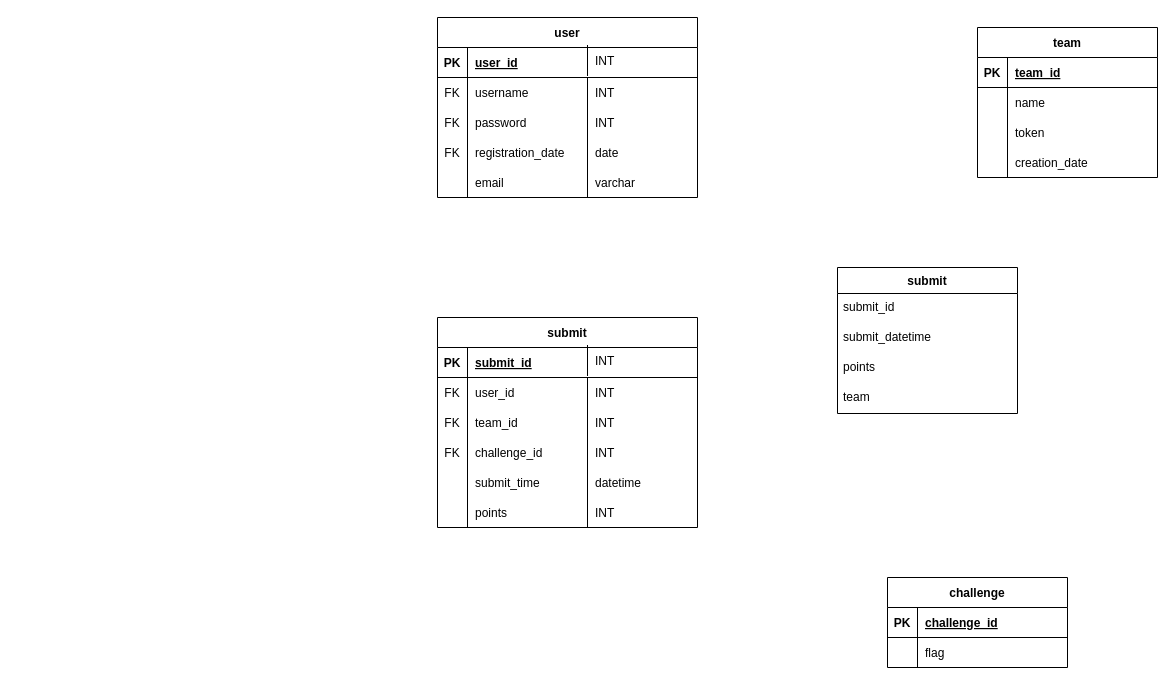
This is db/design/schema_diagram.drawio from FeeeDz/H4ckUs4t1_CTF, a draw.io file, before an edit. Source tidied: cells renumbered, new cells numbered last; positions are measured from the earlier drawing's top-left corner, leaving out a move shared by most shapes. Both pictures are drawn from the tidied source at 100%, with x=0, y=0 at pixel (437, 17).
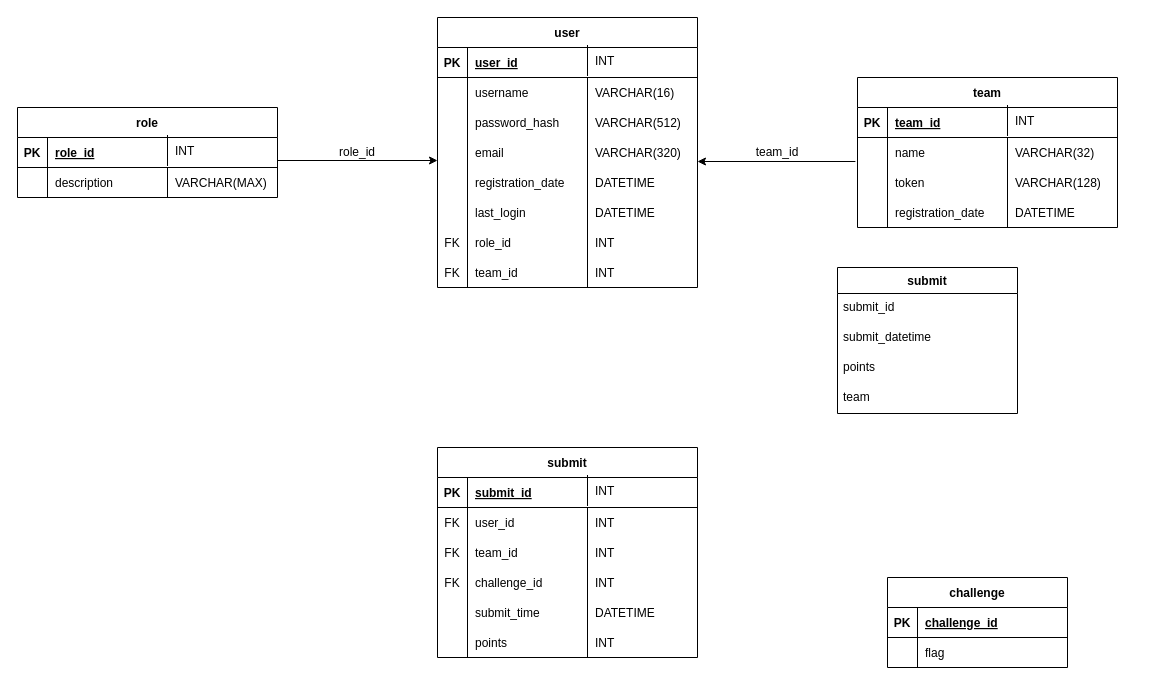
After the change.

The change refers to these unchanged cells:
```xml
<mxCell id="64" style="shape=partialRectangle;fillColor=none;top=0;left=0;right=0;bottom=0;" parent="60" vertex="1">
  <mxGeometry y="60" width="260" height="30" as="geometry" />
</mxCell>
<mxCell id="76" style="group;" parent="75" vertex="1">
  <mxGeometry width="130" height="30" as="geometry" />
</mxCell>
```

What changed in the source:
```diff
@@
-    <mxCell id="2" style="group;" parent="1" vertex="1">
-      <mxGeometry x="540" y="10" width="180" height="150" as="geometry" />
-    </mxCell>
-    <mxCell id="3" value="team" style="shape=table;startSize=30;childLayout=tableLayout;rowLines=0;fontStyle=1;align=center;" parent="2" vertex="1">
-      <mxGeometry width="180" height="150" as="geometry" />
-    </mxCell>
-    <mxCell id="4" style="shape=partialRectangle;fillColor=none;top=0;left=0;right=0;bottom=1;" parent="3" vertex="1">
-      <mxGeometry y="30" width="180" height="30" as="geometry" />
-    </mxCell>
-    <mxCell id="5" value="PK" style="shape=partialRectangle;overflow=hidden;fillColor=none;top=0;left=0;bottom=0;right=0;fontStyle=1;" parent="4" vertex="1">
-      <mxGeometry width="30" height="30" as="geometry" />
-    </mxCell>
-    <mxCell id="6" value="team_id" style="shape=partialRectangle;overflow=hidden;fillColor=none;top=0;left=0;bottom=0;right=0;align=left;spacingLeft=6;fontStyle=5;" parent="4" vertex="1">
-      <mxGeometry x="30" width="150" height="30" as="geometry" />
-    </mxCell>
-    <mxCell id="7" style="shape=partialRectangle;fillColor=none;top=0;left=0;right=0;bottom=0;" parent="3" vertex="1">
-      <mxGeometry y="60" width="180" height="30" as="geometry" />
-    </mxCell>
-    <mxCell id="8" style="shape=partialRectangle;overflow=hidden;fillColor=none;top=0;left=0;bottom=0;right=1;" parent="7" vertex="1">
-      <mxGeometry width="30" height="30" as="geometry" />
-    </mxCell>
-    <mxCell id="9" value="name" style="shape=partialRectangle;overflow=hidden;fillColor=none;top=0;left=0;bottom=0;right=0;align=left;spacingLeft=6;" parent="7" vertex="1">
-      <mxGeometry x="30" width="150" height="30" as="geometry" />
-    </mxCell>
-    <mxCell id="10" style="group;" parent="2" vertex="1">
-      <mxGeometry y="120" width="180" height="30" as="geometry" />
-    </mxCell>
-    <mxCell id="11" style="shape=partialRectangle;fillColor=none;top=0;left=0;right=0;bottom=0;" parent="10" vertex="1">
-      <mxGeometry width="180" height="30" as="geometry" />
-    </mxCell>
-    <mxCell id="12" style="shape=partialRectangle;overflow=hidden;fillColor=none;top=0;left=0;bottom=0;right=1;" parent="10" vertex="1">
-      <mxGeometry width="30" height="30" as="geometry" />
-    </mxCell>
-    <mxCell id="13" value="creation_date" style="shape=partialRectangle;overflow=hidden;fillColor=none;top=0;left=0;bottom=0;right=0;align=left;spacingLeft=6;" parent="10" vertex="1">
-      <mxGeometry x="30" width="150" height="30" as="geometry" />
-    </mxCell>
-    <mxCell id="14" style="group;" parent="2" vertex="1">
-      <mxGeometry y="90" width="180" height="30" as="geometry" />
-    </mxCell>
-    <mxCell id="15" style="shape=partialRectangle;fillColor=none;top=0;left=0;right=0;bottom=0;" parent="14" vertex="1">
-      <mxGeometry width="180" height="30" as="geometry" />
-    </mxCell>
-    <mxCell id="16" style="shape=partialRectangle;overflow=hidden;fillColor=none;top=0;left=0;bottom=0;right=1;" parent="14" vertex="1">
-      <mxGeometry width="30" height="30" as="geometry" />
-    </mxCell>
-    <mxCell id="17" value="token" style="shape=partialRectangle;overflow=hidden;fillColor=none;top=0;left=0;bottom=0;right=0;align=left;spacingLeft=6;" parent="14" vertex="1">
-      <mxGeometry x="30" width="150" height="30" as="geometry" />
-    </mxCell>
@@
     <mxCell id="25" style="shape=partialRectangle;fillColor=none;top=0;left=0;right=0;bottom=0;" parent="1" vertex="1">
-      <mxGeometry x="20" y="375" width="170" height="30" as="geometry" />
+      <mxGeometry x="20" y="505" width="170" height="30" as="geometry" />
     </mxCell>
@@
     <mxCell id="31" value="submit" style="shape=table;startSize=30;childLayout=tableLayout;rowLines=0;fontStyle=1;align=center;" parent="1" vertex="1">
-      <mxGeometry y="300" width="260" height="210" as="geometry" />
+      <mxGeometry y="430" width="260" height="210" as="geometry" />
     </mxCell>
@@
     <mxCell id="38" style="group;" parent="1" vertex="1">
-      <mxGeometry y="480" width="130" height="30" as="geometry" />
+      <mxGeometry y="610" width="130" height="30" as="geometry" />
     </mxCell>
@@
     <mxCell id="41" style="shape=partialRectangle;fillColor=none;top=0;left=0;right=0;bottom=0;" parent="1" vertex="1">
-      <mxGeometry y="390" width="130" height="30" as="geometry" />
+      <mxGeometry y="520" width="130" height="30" as="geometry" />
     </mxCell>
     <mxCell id="42" style="shape=partialRectangle;fillColor=none;top=0;left=0;right=0;bottom=0;" parent="1" vertex="1">
-      <mxGeometry y="420" width="130" height="30" as="geometry" />
+      <mxGeometry y="550" width="130" height="30" as="geometry" />
     </mxCell>
     <mxCell id="43" value="INT" style="shape=partialRectangle;overflow=hidden;fillColor=none;top=0;left=1;bottom=0;right=0;align=left;spacingLeft=6;" parent="1" vertex="1">
-      <mxGeometry x="150" y="480" width="80" height="30" as="geometry" />
+      <mxGeometry x="150" y="610" width="80" height="30" as="geometry" />
     </mxCell>
     <mxCell id="44" value="INT" style="shape=partialRectangle;overflow=hidden;fillColor=none;top=0;left=1;bottom=0;right=0;align=left;spacingLeft=6;" parent="1" vertex="1">
-      <mxGeometry x="150" y="360" width="80" height="30" as="geometry" />
+      <mxGeometry x="150" y="490" width="80" height="30" as="geometry" />
     </mxCell>
     <mxCell id="45" value="INT" style="shape=partialRectangle;overflow=hidden;fillColor=none;top=0;left=1;bottom=0;right=0;align=left;spacingLeft=6;" parent="1" vertex="1">
-      <mxGeometry x="150" y="328" width="80" height="30" as="geometry" />
+      <mxGeometry x="150" y="458" width="80" height="30" as="geometry" />
     </mxCell>
     <mxCell id="46" style="group;" parent="1" vertex="1">
-      <mxGeometry y="450" width="210" height="30" as="geometry" />
+      <mxGeometry y="580" width="270" height="30" as="geometry" />
     </mxCell>
@@
-    <mxCell id="49" value="datetime" style="shape=partialRectangle;overflow=hidden;fillColor=none;top=0;left=1;bottom=0;right=0;align=left;spacingLeft=6;" parent="46" vertex="1">
-      <mxGeometry x="150" width="80" height="30" as="geometry" />
+    <mxCell id="49" value="DATETIME" style="shape=partialRectangle;overflow=hidden;fillColor=none;top=0;left=1;bottom=0;right=0;align=left;spacingLeft=6;" parent="46" vertex="1">
+      <mxGeometry x="150" width="110" height="30" as="geometry" />
     </mxCell>
     <mxCell id="50" style="group;" parent="1" vertex="1">
-      <mxGeometry y="390" width="210" height="30" as="geometry" />
+      <mxGeometry y="520" width="210" height="30" as="geometry" />
     </mxCell>
@@
     <mxCell id="55" style="group;" parent="1" vertex="1">
-      <mxGeometry y="420" width="210" height="30" as="geometry" />
+      <mxGeometry y="550" width="210" height="30" as="geometry" />
     </mxCell>
@@
     <mxCell id="60" value="user" style="shape=table;startSize=30;childLayout=tableLayout;rowLines=0;fontStyle=1;align=center;" parent="1" vertex="1">
-      <mxGeometry width="260" height="180" as="geometry" />
+      <mxGeometry width="260" height="270" as="geometry" />
     </mxCell>
@@
-    <mxCell id="65" value="FK" style="shape=partialRectangle;overflow=hidden;fillColor=none;top=0;left=0;bottom=0;right=1;" parent="64" vertex="1">
+    <mxCell id="65" style="shape=partialRectangle;overflow=hidden;fillColor=none;top=0;left=0;bottom=0;right=1;" parent="64" vertex="1">
       <mxGeometry width="30" height="30" as="geometry" />
     </mxCell>
@@
-    <mxCell id="69" value="INT" style="shape=partialRectangle;overflow=hidden;fillColor=none;top=0;left=1;bottom=0;right=0;align=left;spacingLeft=6;" parent="1" vertex="1">
-      <mxGeometry x="150" y="60" width="80" height="30" as="geometry" />
+    <mxCell id="69" value="VARCHAR(16)" style="shape=partialRectangle;overflow=hidden;fillColor=none;top=0;left=1;bottom=0;right=0;align=left;spacingLeft=6;" parent="1" vertex="1">
+      <mxGeometry x="150" y="60" width="120" height="30" as="geometry" />
     </mxCell>
@@
     <mxCell id="71" style="group;" parent="1" vertex="1">
-      <mxGeometry y="150" width="210" height="30" as="geometry" />
+      <mxGeometry y="120" width="270" height="30" as="geometry" />
     </mxCell>
@@
-    <mxCell id="74" value="varchar" style="shape=partialRectangle;overflow=hidden;fillColor=none;top=0;left=1;bottom=0;right=0;align=left;spacingLeft=6;" parent="71" vertex="1">
-      <mxGeometry x="150" width="80" height="30" as="geometry" />
+    <mxCell id="74" value="VARCHAR(320)" style="shape=partialRectangle;overflow=hidden;fillColor=none;top=0;left=1;bottom=0;right=0;align=left;spacingLeft=6;" parent="71" vertex="1">
+      <mxGeometry x="150" width="120" height="30" as="geometry" />
     </mxCell>
     <mxCell id="75" style="group;" parent="1" vertex="1">
-      <mxGeometry y="90" width="210" height="30" as="geometry" />
+      <mxGeometry y="90" width="270" height="30" as="geometry" />
     </mxCell>
@@
-    <mxCell id="77" value="FK" style="shape=partialRectangle;overflow=hidden;fillColor=none;top=0;left=0;bottom=0;right=1;" parent="76" vertex="1">
+    <mxCell id="77" style="shape=partialRectangle;overflow=hidden;fillColor=none;top=0;left=0;bottom=0;right=1;" parent="76" vertex="1">
       <mxGeometry width="30" height="30" as="geometry" />
     </mxCell>
-    <mxCell id="78" value="password" style="shape=partialRectangle;overflow=hidden;fillColor=none;top=0;left=0;bottom=0;right=0;align=left;spacingLeft=6;" parent="76" vertex="1">
+    <mxCell id="78" value="password_hash" style="shape=partialRectangle;overflow=hidden;fillColor=none;top=0;left=0;bottom=0;right=0;align=left;spacingLeft=6;" parent="76" vertex="1">
       <mxGeometry x="30" width="100" height="30" as="geometry" />
     </mxCell>
-    <mxCell id="79" value="INT" style="shape=partialRectangle;overflow=hidden;fillColor=none;top=0;left=1;bottom=0;right=0;align=left;spacingLeft=6;" parent="75" vertex="1">
-      <mxGeometry x="150" width="80" height="30" as="geometry" />
+    <mxCell id="79" value="VARCHAR(512)" style="shape=partialRectangle;overflow=hidden;fillColor=none;top=0;left=1;bottom=0;right=0;align=left;spacingLeft=6;" parent="75" vertex="1">
+      <mxGeometry x="150" width="120" height="30" as="geometry" />
     </mxCell>
     <mxCell id="80" style="group;" parent="1" vertex="1">
-      <mxGeometry y="120" width="210" height="30" as="geometry" />
+      <mxGeometry y="150" width="270" height="30" as="geometry" />
     </mxCell>
-    <mxCell id="81" value="FK" style="shape=partialRectangle;overflow=hidden;fillColor=none;top=0;left=0;bottom=0;right=1;" parent="80" vertex="1">
+    <mxCell id="81" style="shape=partialRectangle;overflow=hidden;fillColor=none;top=0;left=0;bottom=0;right=1;" parent="80" vertex="1">
       <mxGeometry width="30" height="30" as="geometry" />
     </mxCell>
@@
-    <mxCell id="83" value="date" style="shape=partialRectangle;overflow=hidden;fillColor=none;top=0;left=1;bottom=0;right=0;align=left;spacingLeft=6;" parent="80" vertex="1">
-      <mxGeometry x="150" width="80" height="30" as="geometry" />
+    <mxCell id="83" value="DATETIME" style="shape=partialRectangle;overflow=hidden;fillColor=none;top=0;left=1;bottom=0;right=0;align=left;spacingLeft=6;" parent="80" vertex="1">
+      <mxGeometry x="150" width="120" height="30" as="geometry" />
     </mxCell>
+    <mxCell id="84" style="group;" parent="1" vertex="1">
+      <mxGeometry y="180" width="260" height="30" as="geometry" />
+    </mxCell>
+    <mxCell id="85" style="shape=partialRectangle;overflow=hidden;fillColor=none;top=0;left=0;bottom=0;right=1;" parent="84" vertex="1">
+      <mxGeometry width="30" height="30" as="geometry" />
+    </mxCell>
+    <mxCell id="86" value="last_login" style="shape=partialRectangle;overflow=hidden;fillColor=none;top=0;left=0;bottom=0;right=0;align=left;spacingLeft=6;" parent="84" vertex="1">
+      <mxGeometry x="30" width="100" height="30" as="geometry" />
+    </mxCell>
+    <mxCell id="87" value="DATETIME" style="shape=partialRectangle;overflow=hidden;fillColor=none;top=0;left=1;bottom=0;right=0;align=left;spacingLeft=6;" parent="84" vertex="1">
+      <mxGeometry x="150" width="110" height="30" as="geometry" />
+    </mxCell>
+    <mxCell id="88" style="group;" parent="1" vertex="1">
+      <mxGeometry y="210" width="260" height="30" as="geometry" />
+    </mxCell>
+    <mxCell id="89" value="FK" style="shape=partialRectangle;overflow=hidden;fillColor=none;top=0;left=0;bottom=0;right=1;" parent="88" vertex="1">
+      <mxGeometry width="30" height="30" as="geometry" />
+    </mxCell>
+    <mxCell id="90" value="role_id" style="shape=partialRectangle;overflow=hidden;fillColor=none;top=0;left=0;bottom=0;right=0;align=left;spacingLeft=6;" parent="88" vertex="1">
+      <mxGeometry x="30" width="100" height="30" as="geometry" />
+    </mxCell>
+    <mxCell id="91" value="INT" style="shape=partialRectangle;overflow=hidden;fillColor=none;top=0;left=1;bottom=0;right=0;align=left;spacingLeft=6;" parent="88" vertex="1">
+      <mxGeometry x="150" width="110" height="30" as="geometry" />
+    </mxCell>
+    <mxCell id="92" style="shape=partialRectangle;fillColor=none;top=0;left=0;right=0;bottom=0;" parent="1" vertex="1">
+      <mxGeometry x="-400" y="165" width="170" height="30" as="geometry" />
+    </mxCell>
+    <mxCell id="93" value="role" style="shape=table;startSize=30;childLayout=tableLayout;rowLines=0;fontStyle=1;align=center;" parent="1" vertex="1">
+      <mxGeometry x="-420" y="90" width="260" height="90" as="geometry" />
+    </mxCell>
+    <mxCell id="94" style="shape=partialRectangle;fillColor=none;top=0;left=0;right=0;bottom=1;" parent="93" vertex="1">
+      <mxGeometry y="30" width="260" height="30" as="geometry" />
+    </mxCell>
+    <mxCell id="95" value="PK" style="shape=partialRectangle;overflow=hidden;fillColor=none;top=0;left=0;bottom=0;right=0;fontStyle=1;" parent="94" vertex="1">
+      <mxGeometry width="30" height="30" as="geometry" />
+    </mxCell>
+    <mxCell id="96" value="role_id" style="shape=partialRectangle;overflow=hidden;fillColor=none;top=0;left=0;bottom=0;right=0;align=left;spacingLeft=6;fontStyle=5;" parent="94" vertex="1">
+      <mxGeometry x="30" width="230" height="30" as="geometry" />
+    </mxCell>
+    <mxCell id="97" style="shape=partialRectangle;fillColor=none;top=0;left=0;right=0;bottom=0;" parent="93" vertex="1">
+      <mxGeometry y="60" width="260" height="30" as="geometry" />
+    </mxCell>
+    <mxCell id="98" style="shape=partialRectangle;overflow=hidden;fillColor=none;top=0;left=0;bottom=0;right=1;" parent="97" vertex="1">
+      <mxGeometry width="30" height="30" as="geometry" />
+    </mxCell>
+    <mxCell id="99" value="description" style="shape=partialRectangle;overflow=hidden;fillColor=none;top=0;left=0;bottom=0;right=0;align=left;spacingLeft=6;" parent="97" vertex="1">
+      <mxGeometry x="30" width="230" height="30" as="geometry" />
+    </mxCell>
+    <mxCell id="100" value="VARCHAR(MAX)" style="shape=partialRectangle;overflow=hidden;fillColor=none;top=0;left=1;bottom=0;right=0;align=left;spacingLeft=6;" parent="1" vertex="1">
+      <mxGeometry x="-270" y="150" width="120" height="30" as="geometry" />
+    </mxCell>
+    <mxCell id="101" value="INT" style="shape=partialRectangle;overflow=hidden;fillColor=none;top=0;left=1;bottom=0;right=0;align=left;spacingLeft=6;" parent="1" vertex="1">
+      <mxGeometry x="-270" y="118" width="80" height="30" as="geometry" />
+    </mxCell>
+    <mxCell id="102" style="group;" parent="1" vertex="1">
+      <mxGeometry y="240" width="260" height="30" as="geometry" />
+    </mxCell>
+    <mxCell id="103" value="FK" style="shape=partialRectangle;overflow=hidden;fillColor=none;top=0;left=0;bottom=0;right=1;" parent="102" vertex="1">
+      <mxGeometry width="30" height="30" as="geometry" />
+    </mxCell>
+    <mxCell id="104" value="team_id" style="shape=partialRectangle;overflow=hidden;fillColor=none;top=0;left=0;bottom=0;right=0;align=left;spacingLeft=6;" parent="102" vertex="1">
+      <mxGeometry x="30" width="100" height="30" as="geometry" />
+    </mxCell>
+    <mxCell id="105" value="INT" style="shape=partialRectangle;overflow=hidden;fillColor=none;top=0;left=1;bottom=0;right=0;align=left;spacingLeft=6;" parent="102" vertex="1">
+      <mxGeometry x="150" width="110" height="30" as="geometry" />
+    </mxCell>
+    <mxCell id="106" style="endArrow=classic;html=1;rounded=0;" parent="1" edge="1">
+      <mxGeometry relative="1" as="geometry">
+        <mxPoint x="-160" y="143" as="sourcePoint" />
+        <mxPoint y="143" as="targetPoint" />
+      </mxGeometry>
+    </mxCell>
+    <mxCell id="107" value="role_id" style="text;html=1;strokeColor=none;fillColor=none;align=center;verticalAlign=middle;whiteSpace=wrap;rounded=0;" parent="1" vertex="1">
+      <mxGeometry x="-110" y="120" width="60" height="30" as="geometry" />
+    </mxCell>
+    <mxCell id="108" style="shape=partialRectangle;fillColor=none;top=0;left=0;right=0;bottom=0;" parent="1" vertex="1">
+      <mxGeometry x="440" y="135" width="170" height="30" as="geometry" />
+    </mxCell>
+    <mxCell id="3" value="team" style="shape=table;startSize=30;childLayout=tableLayout;rowLines=0;fontStyle=1;align=center;" parent="1" vertex="1">
+      <mxGeometry x="420" y="60" width="260" height="150" as="geometry" />
+    </mxCell>
+    <mxCell id="109" style="shape=partialRectangle;fillColor=none;top=0;left=0;right=0;bottom=1;" parent="3" vertex="1">
+      <mxGeometry y="30" width="260" height="30" as="geometry" />
+    </mxCell>
+    <mxCell id="110" value="PK" style="shape=partialRectangle;overflow=hidden;fillColor=none;top=0;left=0;bottom=0;right=0;fontStyle=1;" parent="109" vertex="1">
+      <mxGeometry width="30" height="30" as="geometry" />
+    </mxCell>
+    <mxCell id="6" value="team_id" style="shape=partialRectangle;overflow=hidden;fillColor=none;top=0;left=0;bottom=0;right=0;align=left;spacingLeft=6;fontStyle=5;" parent="109" vertex="1">
+      <mxGeometry x="30" width="230" height="30" as="geometry" />
+    </mxCell>
+    <mxCell id="111" style="shape=partialRectangle;fillColor=none;points=[[0,0.5],[1,0.5]];portConstraint=eastwest;top=0;left=0;right=0;bottom=0;" parent="3" vertex="1">
+      <mxGeometry y="60" width="260" height="30" as="geometry" />
+    </mxCell>
+    <mxCell id="112" style="shape=partialRectangle;overflow=hidden;fillColor=none;top=0;left=0;bottom=0;right=1;" parent="111" vertex="1">
+      <mxGeometry width="30" height="30" as="geometry" />
+    </mxCell>
+    <mxCell id="9" value="name" style="shape=partialRectangle;overflow=hidden;fillColor=none;top=0;left=0;bottom=0;right=0;align=left;spacingLeft=6;" parent="111" vertex="1">
+      <mxGeometry x="30" width="230" height="30" as="geometry" />
+    </mxCell>
+    <mxCell id="113" style="shape=partialRectangle;fillColor=none;top=0;left=0;right=0;bottom=0;" parent="1" vertex="1">
+      <mxGeometry x="420" y="150" width="130" height="30" as="geometry" />
+    </mxCell>
+    <mxCell id="114" style="shape=partialRectangle;fillColor=none;top=0;left=0;right=0;bottom=0;" parent="1" vertex="1">
+      <mxGeometry x="420" y="180" width="130" height="30" as="geometry" />
+    </mxCell>
+    <mxCell id="115" value="VARCHAR(32)" style="shape=partialRectangle;overflow=hidden;fillColor=none;top=0;left=1;bottom=0;right=0;align=left;spacingLeft=6;" parent="1" vertex="1">
+      <mxGeometry x="570" y="120" width="120" height="30" as="geometry" />
+    </mxCell>
+    <mxCell id="116" value="INT" style="shape=partialRectangle;overflow=hidden;fillColor=none;top=0;left=1;bottom=0;right=0;align=left;spacingLeft=6;" parent="1" vertex="1">
+      <mxGeometry x="570" y="88" width="80" height="30" as="geometry" />
+    </mxCell>
+    <mxCell id="117" style="group;" parent="1" vertex="1">
+      <mxGeometry x="420" y="150" width="270" height="30" as="geometry" />
+    </mxCell>
+    <mxCell id="118" style="group;" parent="117" vertex="1">
+      <mxGeometry width="130" height="30" as="geometry" />
+    </mxCell>
+    <mxCell id="119" style="shape=partialRectangle;overflow=hidden;fillColor=none;top=0;left=0;bottom=0;right=1;" parent="118" vertex="1">
+      <mxGeometry width="30" height="30" as="geometry" />
+    </mxCell>
+    <mxCell id="17" value="token" style="shape=partialRectangle;overflow=hidden;fillColor=none;top=0;left=0;bottom=0;right=0;align=left;spacingLeft=6;" parent="118" vertex="1">
+      <mxGeometry x="30" width="100" height="30" as="geometry" />
+    </mxCell>
+    <mxCell id="120" value="VARCHAR(128)" style="shape=partialRectangle;overflow=hidden;fillColor=none;top=0;left=1;bottom=0;right=0;align=left;spacingLeft=6;" parent="117" vertex="1">
+      <mxGeometry x="150" width="120" height="30" as="geometry" />
+    </mxCell>
+    <mxCell id="121" style="group;" parent="1" vertex="1">
+      <mxGeometry x="420" y="180" width="270" height="30" as="geometry" />
+    </mxCell>
+    <mxCell id="122" style="shape=partialRectangle;overflow=hidden;fillColor=none;top=0;left=0;bottom=0;right=1;" parent="121" vertex="1">
+      <mxGeometry width="30" height="30" as="geometry" />
+    </mxCell>
+    <mxCell id="123" value="registration_date" style="shape=partialRectangle;overflow=hidden;fillColor=none;top=0;left=0;bottom=0;right=0;align=left;spacingLeft=6;" parent="121" vertex="1">
+      <mxGeometry x="30" width="100" height="30" as="geometry" />
+    </mxCell>
+    <mxCell id="124" value="DATETIME" style="shape=partialRectangle;overflow=hidden;fillColor=none;top=0;left=1;bottom=0;right=0;align=left;spacingLeft=6;" parent="121" vertex="1">
+      <mxGeometry x="150" width="120" height="30" as="geometry" />
+    </mxCell>
+    <mxCell id="125" style="endArrow=classic;html=1;rounded=0;exitX=-0.008;exitY=0.8;exitDx=0;exitDy=0;exitPerimeter=0;" parent="1" edge="1" source="111">
+      <mxGeometry relative="1" as="geometry">
+        <mxPoint x="260" y="144" as="targetPoint" />
+      </mxGeometry>
+    </mxCell>
+    <mxCell id="126" value="team_id" style="text;html=1;strokeColor=none;fillColor=none;align=center;verticalAlign=middle;whiteSpace=wrap;rounded=0;" parent="1" vertex="1">
+      <mxGeometry x="310" y="120" width="60" height="30" as="geometry" />
+    </mxCell>
```
